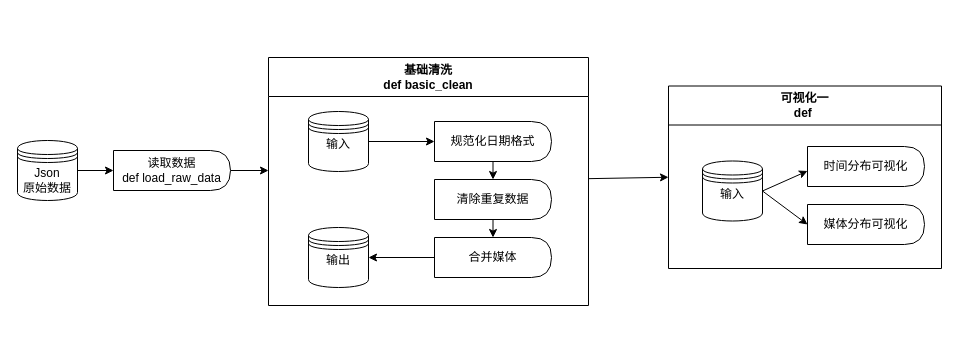
Earlier version of the draw.io diagram Flow_Chart.dio (TerraRiver/Reporting-Rtrategy-Identification). Source tidied: cells renumbered, new cells numbered last; positions are measured from the earlier drawing's top-left corner, leaving out a move shared by most shapes. Both pictures are drawn from the tidied source at 100%, with x=0, y=0 at pixel (17, 57).
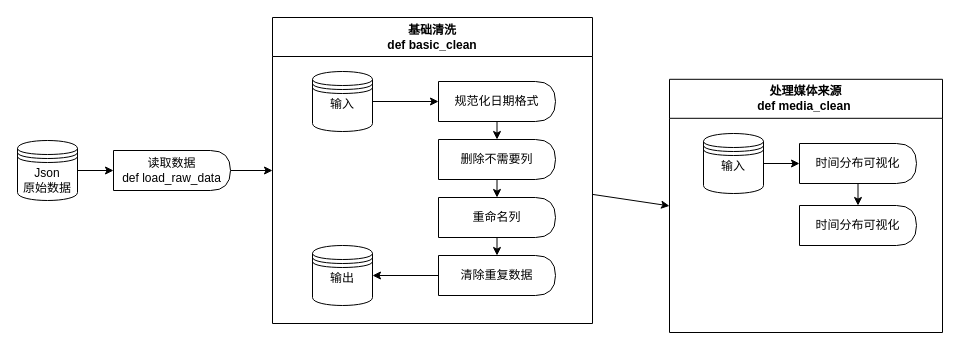
The same diagram, later.

Commit message (it also covers changes not shown here):
complete basic clean

The change refers to these unchanged cells:
```xml
<mxCell id="3" value="读取数据&lt;div&gt;def load_raw_data&lt;/div&gt;" style="shape=delay;whiteSpace=wrap;html=1;" parent="1" vertex="1">
  <mxGeometry x="96" y="93" width="117" height="40" as="geometry" />
</mxCell>
```

Diff of the diagram source:
```diff
@@
-    <mxCell id="2" style="edgeStyle=none;html=1;" parent="1" edge="1" source="3">
-      <mxGeometry relative="1" as="geometry">
-        <mxPoint x="251" y="113" as="targetPoint" />
-      </mxGeometry>
+    <mxCell id="2" style="edgeStyle=none;html=1;entryX=0;entryY=0.5;entryDx=0;entryDy=0;" parent="1" edge="1" source="3" target="7">
+      <mxGeometry relative="1" as="geometry" />
     </mxCell>
@@
     <mxCell id="7" value="基础清洗&lt;div&gt;def basic_clean&lt;/div&gt;" style="swimlane;whiteSpace=wrap;html=1;startSize=39;" parent="1" vertex="1">
-      <mxGeometry x="251" width="320" height="248" as="geometry" />
+      <mxGeometry x="255" y="-40" width="320" height="306" as="geometry" />
     </mxCell>
-    <mxCell id="8" style="group;" parent="7" vertex="1">
-      <mxGeometry x="40" y="54" width="243" height="176" as="geometry" />
-    </mxCell>
+    <mxCell id="27" style="group;" parent="7" vertex="1">
+      <mxGeometry x="40" y="54" width="243" height="234" as="geometry" />
+    </mxCell>
+    <mxCell id="28" style="edgeStyle=none;html=1;" parent="27" edge="1" source="29" target="17">
+      <mxGeometry relative="1" as="geometry" />
+    </mxCell>
+    <mxCell id="29" value="&lt;span style=&quot;color: rgb(0, 0, 0);&quot;&gt;清除重复数据&lt;/span&gt;" style="shape=delay;whiteSpace=wrap;html=1;" parent="27" vertex="1">
+      <mxGeometry x="126" y="184" width="117" height="40" as="geometry" />
+    </mxCell>
-    <mxCell id="9" style="edgeStyle=none;html=1;" parent="8" edge="1" source="10" target="15">
+    <mxCell id="9" style="edgeStyle=none;html=1;" parent="27" edge="1" source="10" target="15">
       <mxGeometry relative="1" as="geometry" />
     </mxCell>
-    <mxCell id="10" value="输入&lt;div&gt;&lt;br&gt;&lt;/div&gt;" style="shape=datastore;whiteSpace=wrap;html=1;" parent="8" vertex="1">
+    <mxCell id="10" value="输入&lt;div&gt;&lt;br&gt;&lt;/div&gt;" style="shape=datastore;whiteSpace=wrap;html=1;" parent="27" vertex="1">
       <mxGeometry width="60" height="60" as="geometry" />
     </mxCell>
-    <mxCell id="11" style="group;" parent="8" vertex="1">
-      <mxGeometry x="126" y="10" width="117" height="156" as="geometry" />
-    </mxCell>
+    <mxCell id="17" value="输出&lt;div&gt;&lt;br&gt;&lt;/div&gt;" style="shape=datastore;whiteSpace=wrap;html=1;" parent="27" vertex="1">
+      <mxGeometry y="174" width="60" height="60" as="geometry" />
+    </mxCell>
+    <mxCell id="30" style="edgeStyle=none;html=1;" parent="27" edge="1" source="12" target="29">
+      <mxGeometry relative="1" as="geometry" />
+    </mxCell>
-    <mxCell id="12" value="合并媒体" style="shape=delay;whiteSpace=wrap;html=1;" parent="11" vertex="1">
-      <mxGeometry y="116" width="117" height="40" as="geometry" />
+    <mxCell id="12" value="重命名列" style="shape=delay;whiteSpace=wrap;html=1;" parent="27" vertex="1">
+      <mxGeometry x="126" y="126" width="117" height="40" as="geometry" />
     </mxCell>
-    <mxCell id="13" value="清除重复数据" style="shape=delay;whiteSpace=wrap;html=1;" parent="11" vertex="1">
-      <mxGeometry y="58" width="117" height="40" as="geometry" />
+    <mxCell id="13" value="删除不需要列" style="shape=delay;whiteSpace=wrap;html=1;" parent="27" vertex="1">
+      <mxGeometry x="126" y="68" width="117" height="40" as="geometry" />
     </mxCell>
-    <mxCell id="14" style="edgeStyle=none;html=1;" parent="11" edge="1" source="15" target="13">
+    <mxCell id="14" style="edgeStyle=none;html=1;" parent="27" edge="1" source="15" target="13">
       <mxGeometry relative="1" as="geometry" />
     </mxCell>
-    <mxCell id="15" value="规范化日期格式" style="shape=delay;whiteSpace=wrap;html=1;" parent="11" vertex="1">
-      <mxGeometry width="117" height="40" as="geometry" />
+    <mxCell id="15" value="规范化日期格式" style="shape=delay;whiteSpace=wrap;html=1;" parent="27" vertex="1">
+      <mxGeometry x="126" y="10" width="117" height="40" as="geometry" />
     </mxCell>
-    <mxCell id="16" style="edgeStyle=none;html=1;" parent="11" edge="1" source="13" target="12">
+    <mxCell id="16" style="edgeStyle=none;html=1;" parent="27" edge="1" source="13" target="12">
       <mxGeometry relative="1" as="geometry" />
     </mxCell>
-    <mxCell id="17" value="输出&lt;div&gt;&lt;br&gt;&lt;/div&gt;" style="shape=datastore;whiteSpace=wrap;html=1;" parent="8" vertex="1">
-      <mxGeometry y="116" width="60" height="60" as="geometry" />
-    </mxCell>
-    <mxCell id="18" style="edgeStyle=none;html=1;" parent="8" edge="1" source="12" target="17">
-      <mxGeometry relative="1" as="geometry" />
-    </mxCell>
-    <mxCell id="19" value="可视化一&lt;div&gt;&lt;font color=&quot;#000000&quot;&gt;def&amp;nbsp;&lt;/font&gt;&lt;/div&gt;" style="swimlane;whiteSpace=wrap;html=1;startSize=39;" parent="1" vertex="1">
-      <mxGeometry x="651" y="28.5" width="273" height="182.5" as="geometry" />
+    <mxCell id="19" value="处理媒体来源&lt;br&gt;&lt;div&gt;&lt;font color=&quot;#000000&quot;&gt;def media_clean&amp;nbsp;&lt;/font&gt;&lt;/div&gt;" style="swimlane;whiteSpace=wrap;html=1;startSize=39;" parent="1" vertex="1">
+      <mxGeometry x="652" y="21.8" width="273" height="253.2" as="geometry" />
     </mxCell>
-    <mxCell id="20" style="group;" parent="19" vertex="1">
-      <mxGeometry x="34" y="60.5" width="222" height="98" as="geometry" />
-    </mxCell>
-    <mxCell id="21" style="edgeStyle=none;html=1;exitX=1;exitY=0.5;exitDx=0;exitDy=0;" parent="20" edge="1" source="23">
-      <mxGeometry relative="1" as="geometry">
-        <mxPoint x="105" y="24.5" as="targetPoint" />
-      </mxGeometry>
-    </mxCell>
-    <mxCell id="22" style="edgeStyle=none;html=1;entryX=0;entryY=0.5;entryDx=0;entryDy=0;exitX=1;exitY=0.5;exitDx=0;exitDy=0;" parent="20" edge="1" source="23" target="25">
-      <mxGeometry relative="1" as="geometry" />
-    </mxCell>
-    <mxCell id="23" value="输入&lt;div&gt;&lt;br&gt;&lt;/div&gt;" style="shape=datastore;whiteSpace=wrap;html=1;" parent="20" vertex="1">
-      <mxGeometry y="14.5" width="60" height="60" as="geometry" />
+    <mxCell id="23" value="输入&lt;div&gt;&lt;br&gt;&lt;/div&gt;" style="shape=datastore;whiteSpace=wrap;html=1;" parent="19" vertex="1">
+      <mxGeometry x="34" y="54.2" width="60" height="60" as="geometry" />
     </mxCell>
-    <mxCell id="24" style="group;" parent="20" vertex="1">
-      <mxGeometry x="105" width="117" height="98" as="geometry" />
-    </mxCell>
-    <mxCell id="25" value="媒体分布可视化" style="shape=delay;whiteSpace=wrap;html=1;" parent="24" vertex="1">
-      <mxGeometry y="58" width="117" height="40" as="geometry" />
-    </mxCell>
+    <mxCell id="31" style="edgeStyle=none;html=1;" parent="19" edge="1" source="26" target="33">
+      <mxGeometry relative="1" as="geometry" />
+    </mxCell>
-    <mxCell id="26" value="时间分布可视化" style="shape=delay;whiteSpace=wrap;html=1;" parent="24" vertex="1">
-      <mxGeometry width="117" height="40" as="geometry" />
+    <mxCell id="26" value="时间分布可视化" style="shape=delay;whiteSpace=wrap;html=1;" parent="19" vertex="1">
+      <mxGeometry x="130" y="64.2" width="117" height="40" as="geometry" />
     </mxCell>
+    <mxCell id="32" style="edgeStyle=none;html=1;" parent="19" edge="1" source="23" target="26">
+      <mxGeometry relative="1" as="geometry" />
+    </mxCell>
+    <mxCell id="33" value="时间分布可视化" style="shape=delay;whiteSpace=wrap;html=1;" parent="19" vertex="1">
+      <mxGeometry x="130" y="126.2" width="117" height="40" as="geometry" />
+    </mxCell>
```
